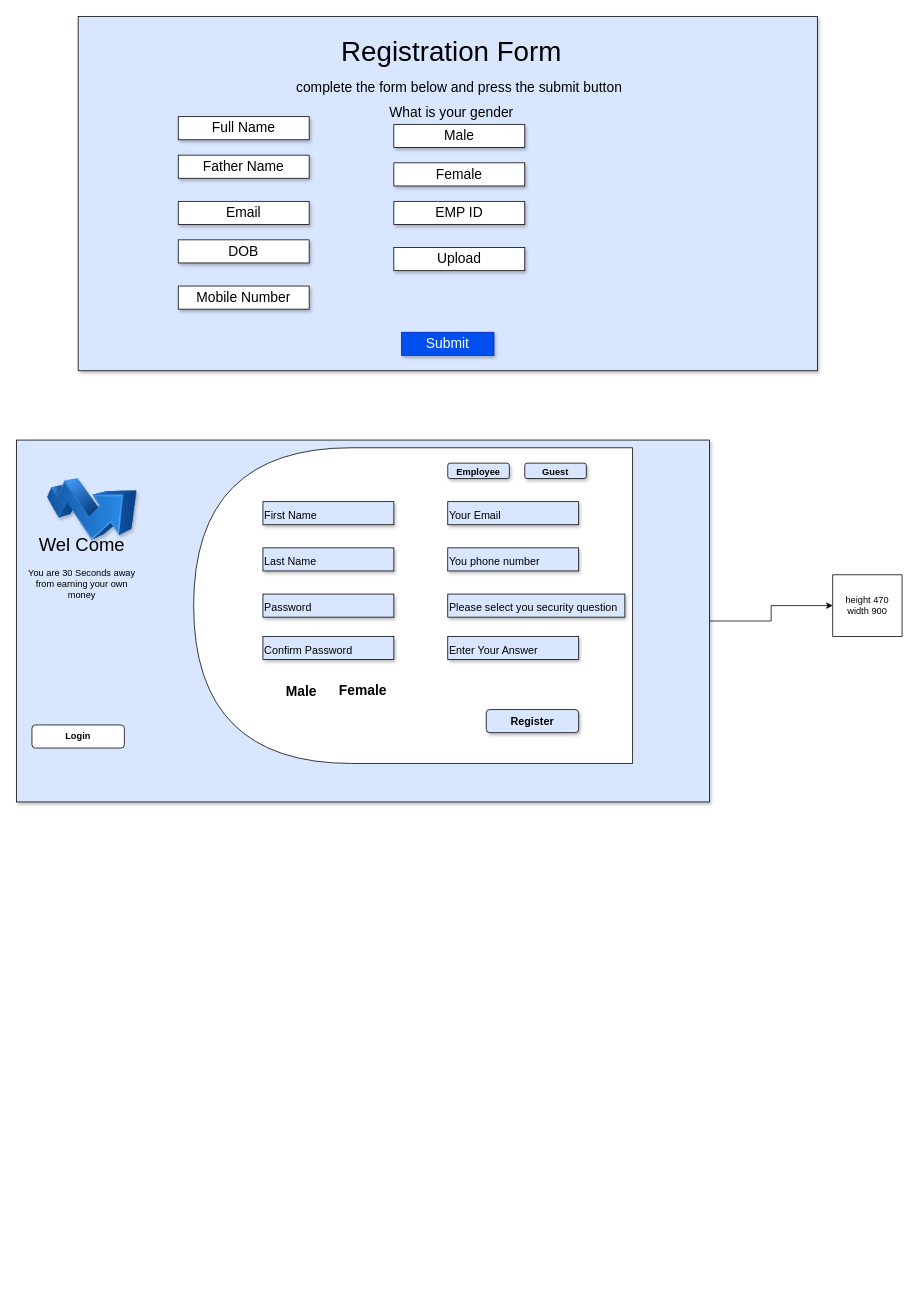
Earlier version of the draw.io diagram assignment0808.drawio (amitgupta9977/assignment08082022). Source tidied: cells renumbered, new cells numbered last; positions are measured from the earlier drawing's top-left corner, leaving out a move shared by most shapes. Both pictures are drawn from the tidied source at 77%, with x=0, y=0 at pixel (16, 16).
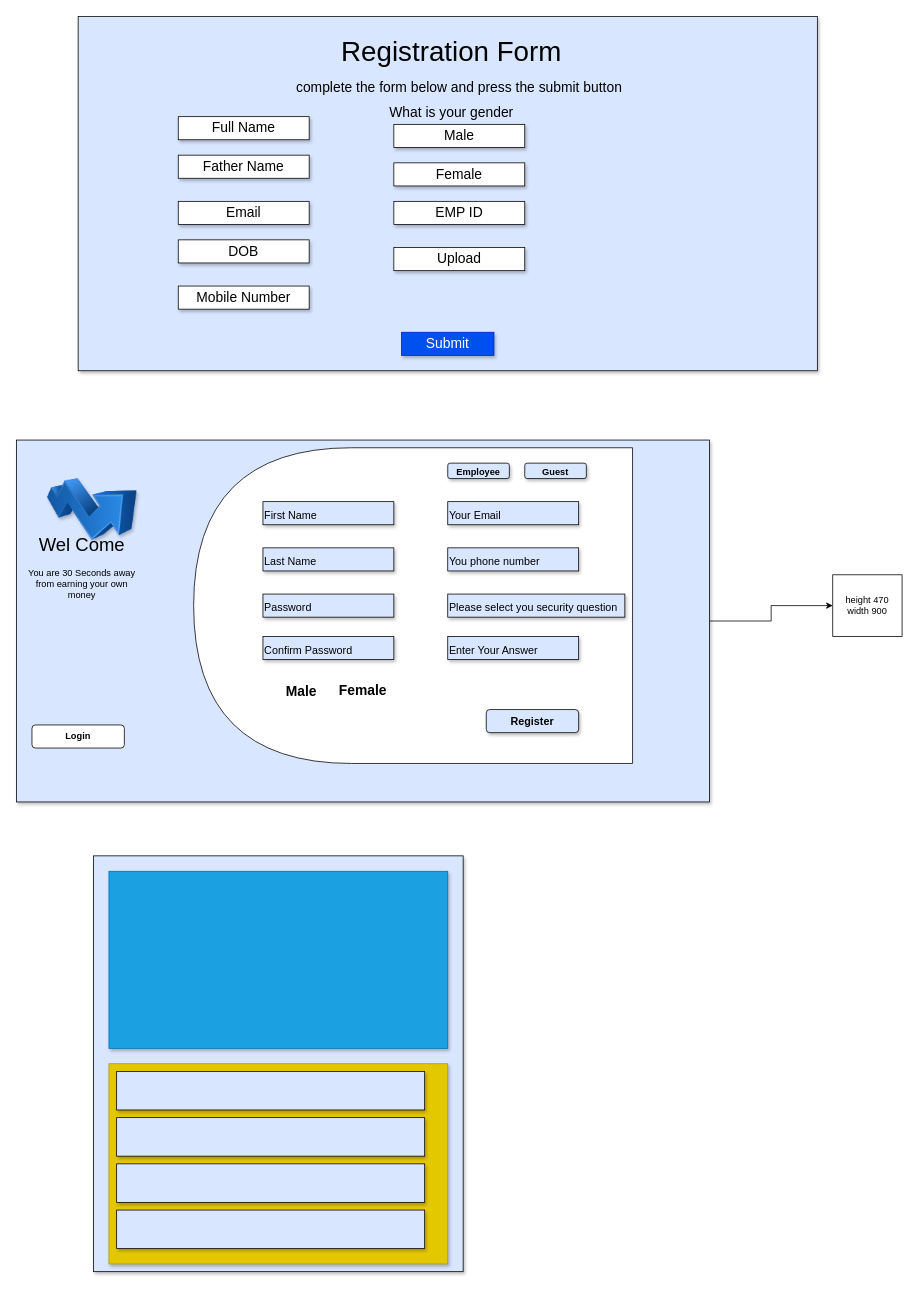
The same diagram, later.

Change to the diagram source:
```diff
@@
+    <mxCell id="37" style="rounded=0;whiteSpace=wrap;html=1;shadow=1;fontSize=18;fillColor=#D9E6FF;" parent="1" vertex="1">
+      <mxGeometry x="100" y="1090" width="480" height="540" as="geometry" />
+    </mxCell>
+    <mxCell id="38" style="rounded=0;whiteSpace=wrap;html=1;shadow=1;fontSize=18;fillColor=#1ba1e2;fontColor=#ffffff;strokeColor=#006EAF;" parent="1" vertex="1">
+      <mxGeometry x="120" y="1110" width="440" height="230" as="geometry" />
+    </mxCell>
+    <mxCell id="39" style="rounded=0;whiteSpace=wrap;html=1;shadow=1;fontSize=18;fillColor=#e3c800;fontColor=#000000;strokeColor=#B09500;" parent="1" vertex="1">
+      <mxGeometry x="120" y="1360" width="440" height="260" as="geometry" />
+    </mxCell>
+    <mxCell id="40" style="rounded=0;whiteSpace=wrap;html=1;shadow=1;fontSize=18;fillColor=#D9E6FF;" parent="1" vertex="1">
+      <mxGeometry x="130" y="1370" width="400" height="50" as="geometry" />
+    </mxCell>
+    <mxCell id="41" style="rounded=0;whiteSpace=wrap;html=1;shadow=1;fontSize=18;fillColor=#D9E6FF;" parent="1" vertex="1">
+      <mxGeometry x="130" y="1430" width="400" height="50" as="geometry" />
+    </mxCell>
+    <mxCell id="42" style="rounded=0;whiteSpace=wrap;html=1;shadow=1;fontSize=18;fillColor=#D9E6FF;" parent="1" vertex="1">
+      <mxGeometry x="130" y="1490" width="400" height="50" as="geometry" />
+    </mxCell>
+    <mxCell id="43" style="rounded=0;whiteSpace=wrap;html=1;shadow=1;fontSize=18;fillColor=#D9E6FF;" parent="1" vertex="1">
+      <mxGeometry x="130" y="1550" width="400" height="50" as="geometry" />
+    </mxCell>
```
